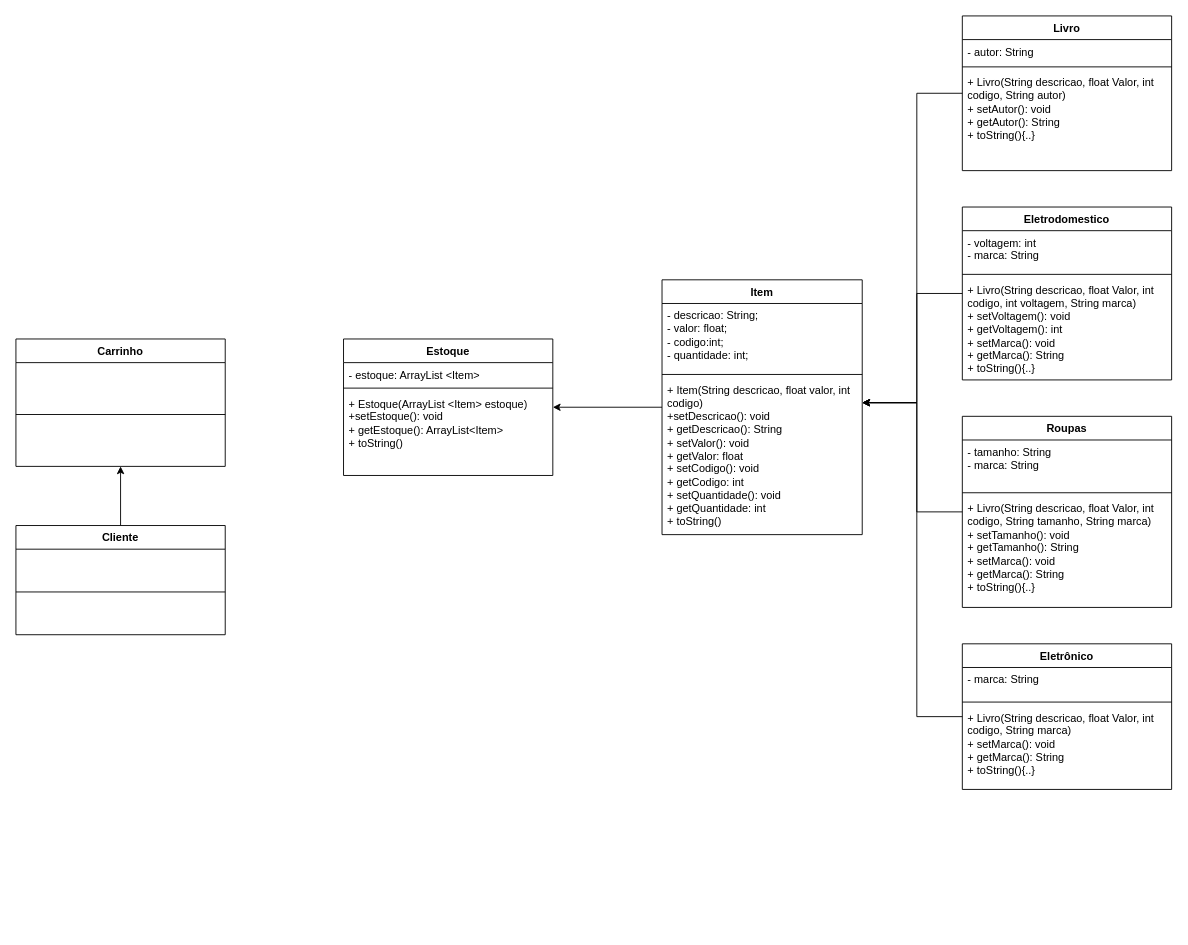
GustaSch/TrabalhoGrauB keeps this draw.io diagram as Diagrama de classe do projeto.drawio. Above is the earlier version. Source tidied: cells renumbered, new cells numbered last; positions are measured from the earlier drawing's top-left corner, leaving out a move shared by most shapes. Both pictures are drawn from the tidied source at 91%, with x=0, y=0 at pixel (15, 15).
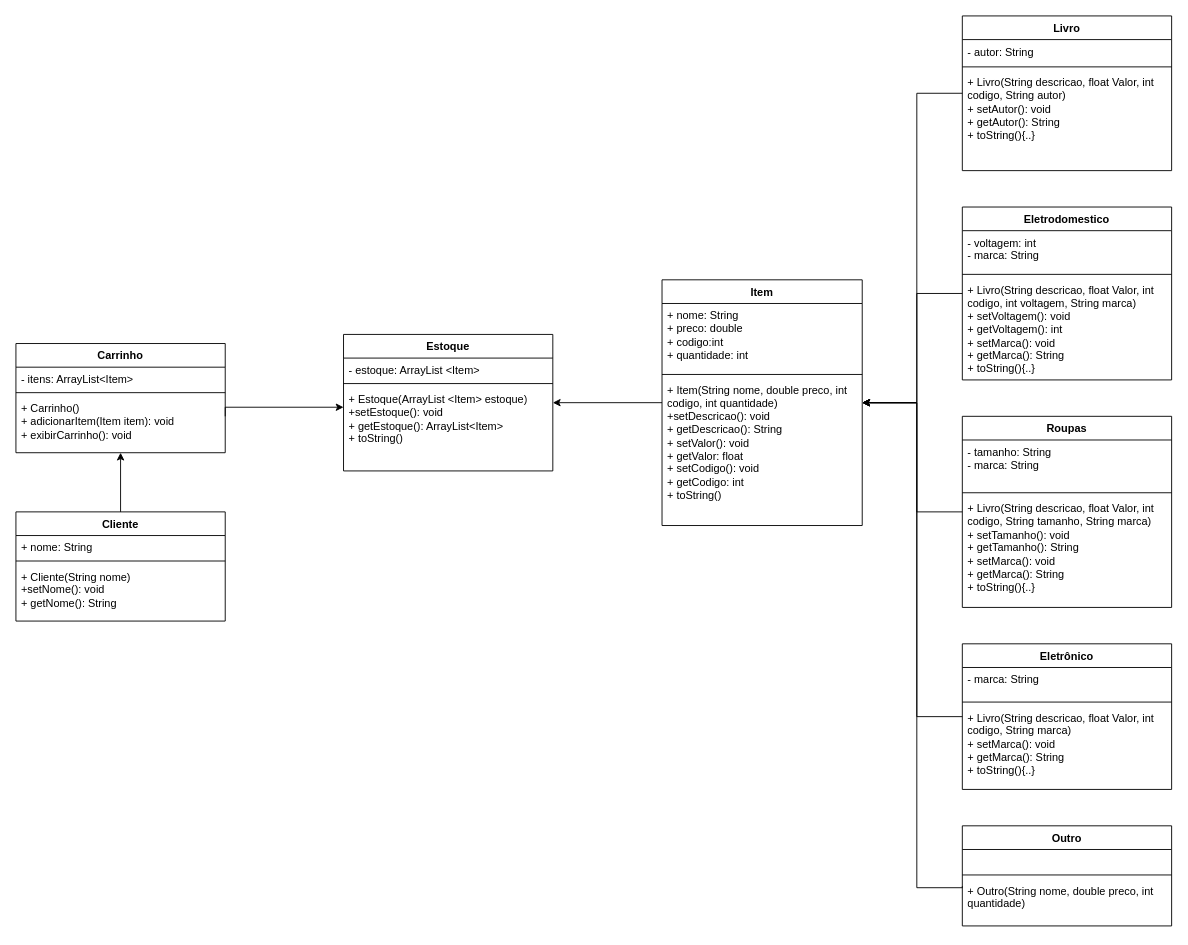
Above is the later version.

Commit message (it also covers changes not shown here):
atualizei o diagrama (eu acho)

Unchanged cells that the change refers to:
```xml
<mxCell id="23" value="Eletrônico" style="swimlane;fontStyle=1;align=center;verticalAlign=top;horizontal=1;startSize=26;whiteSpace=wrap;html=1;" parent="1" vertex="1">
  <mxGeometry x="1040" y="690" width="230" height="160" as="geometry" />
</mxCell>
```

Change to the diagram source:
```diff
@@
     <mxCell id="8" value="Item" style="swimlane;fontStyle=1;align=center;verticalAlign=top;horizontal=1;startSize=26;whiteSpace=wrap;html=1;" parent="1" vertex="1">
-      <mxGeometry x="710" y="290" width="220" height="280" as="geometry" />
+      <mxGeometry x="710" y="290" width="220" height="270" as="geometry" />
     </mxCell>
-    <mxCell id="9" value="- descricao: String;&lt;br&gt;- valor: float;&lt;br&gt;- codigo:int;&lt;br&gt;- quantidade: int;" style="text;strokeColor=none;fillColor=none;align=left;verticalAlign=top;spacingLeft=4;spacingRight=4;overflow=hidden;whiteSpace=wrap;html=1;" parent="8" vertex="1">
+    <mxCell id="9" value="+ nome: String&lt;br&gt;+ preco: double&lt;br&gt;+ codigo:int&lt;br&gt;+ quantidade: int" style="text;strokeColor=none;fillColor=none;align=left;verticalAlign=top;spacingLeft=4;spacingRight=4;overflow=hidden;whiteSpace=wrap;html=1;" parent="8" vertex="1">
       <mxGeometry y="26" width="220" height="74" as="geometry" />
     </mxCell>
@@
-    <mxCell id="11" value="+ Item(String descricao, float valor, int codigo)&lt;br&gt;+setDescricao(): void&lt;br&gt;+ getDescricao(): String&lt;br&gt;+ setValor(): void&lt;br&gt;+ getValor: float&lt;br&gt;+ setCodigo(): void&lt;br&gt;+ getCodigo: int&lt;br&gt;+ setQuantidade(): void&lt;br style=&quot;border-color: var(--border-color);&quot;&gt;+ getQuantidade: int&lt;br&gt;+ toString()" style="text;strokeColor=none;fillColor=none;align=left;verticalAlign=top;spacingLeft=4;spacingRight=4;overflow=hidden;points=[[0,0.5],[1,0.5]];portConstraint=eastwest;whiteSpace=wrap;html=1;" parent="8" vertex="1">
-      <mxGeometry y="108" width="220" height="172" as="geometry" />
+    <mxCell id="11" value="+ Item(String nome, double preco, int codigo, int quantidade)&lt;br&gt;+setDescricao(): void&lt;br&gt;+ getDescricao(): String&lt;br&gt;+ setValor(): void&lt;br&gt;+ getValor: float&lt;br&gt;+ setCodigo(): void&lt;br&gt;+ getCodigo: int&lt;br&gt;+ toString()" style="text;strokeColor=none;fillColor=none;align=left;verticalAlign=top;spacingLeft=4;spacingRight=4;overflow=hidden;points=[[0,0.5],[1,0.5]];portConstraint=eastwest;whiteSpace=wrap;html=1;" parent="8" vertex="1">
+      <mxGeometry y="108" width="220" height="162" as="geometry" />
     </mxCell>
@@
     <mxCell id="22" style="edgeStyle=orthogonalEdgeStyle;rounded=0;jettySize=auto;html=1;" parent="1" edge="1" source="23" target="8">
       <mxGeometry relative="1" as="geometry">
         <Array as="points">
+          <mxPoint x="990" y="770" />
           <mxPoint x="990" y="770" />
           <mxPoint x="990" y="425" />
         </Array>
       </mxGeometry>
     </mxCell>
@@
-    <mxCell id="27" style="edgeStyle=orthogonalEdgeStyle;rounded=0;jettySize=auto;html=1;" parent="1" edge="1" source="28" target="30">
-      <mxGeometry relative="1" as="geometry" />
-    </mxCell>
-    <mxCell id="28" value="Cliente" style="swimlane;fontStyle=1;align=center;verticalAlign=top;horizontal=1;startSize=26;whiteSpace=wrap;html=1;" parent="1" vertex="1">
-      <mxGeometry y="560" width="230" height="120" as="geometry" />
-    </mxCell>
-    <mxCell id="29" style="line;strokeWidth=1;fillColor=none;align=left;verticalAlign=middle;spacingTop=-1;spacingLeft=3;spacingRight=3;labelPosition=right;strokeColor=inherit;" parent="28" vertex="1">
-      <mxGeometry y="26" width="230" height="94" as="geometry" />
-    </mxCell>
-    <mxCell id="30" value="Carrinho" style="swimlane;fontStyle=1;align=center;verticalAlign=top;horizontal=1;startSize=26;whiteSpace=wrap;html=1;" parent="1" vertex="1">
-      <mxGeometry y="355" width="230" height="140" as="geometry" />
-    </mxCell>
-    <mxCell id="31" style="line;strokeWidth=1;fillColor=none;align=left;verticalAlign=middle;spacingTop=-1;spacingLeft=3;spacingRight=3;labelPosition=right;strokeColor=inherit;" parent="30" vertex="1">
-      <mxGeometry y="26" width="230" height="114" as="geometry" />
-    </mxCell>
+    <mxCell id="36" style="edgeStyle=orthogonalEdgeStyle;rounded=0;jettySize=auto;html=1;" parent="1" edge="1" target="32">
+      <mxGeometry relative="1" as="geometry">
+        <mxPoint x="230" y="440" as="sourcePoint" />
+        <Array as="points">
+          <mxPoint x="230" y="430" />
+        </Array>
+      </mxGeometry>
+    </mxCell>
     <mxCell id="32" value="Estoque" style="swimlane;fontStyle=1;align=center;verticalAlign=top;horizontal=1;startSize=26;whiteSpace=wrap;html=1;" parent="1" vertex="1">
-      <mxGeometry x="360" y="355" width="230" height="150" as="geometry" />
+      <mxGeometry x="360" y="350" width="230" height="150" as="geometry" />
     </mxCell>
@@
+    <mxCell id="37" style="edgeStyle=orthogonalEdgeStyle;rounded=0;jettySize=auto;html=1;entryX=0.5;entryY=1;entryDx=0;entryDy=0;entryPerimeter=0;" parent="1" edge="1" source="28" target="43">
+      <mxGeometry relative="1" as="geometry" />
+    </mxCell>
+    <mxCell id="28" value="Cliente" style="swimlane;fontStyle=1;align=center;verticalAlign=top;horizontal=1;startSize=26;whiteSpace=wrap;html=1;" parent="1" vertex="1">
+      <mxGeometry y="545" width="230" height="120" as="geometry" />
+    </mxCell>
+    <mxCell id="38" value="+ nome: String" style="text;strokeColor=none;fillColor=none;align=left;verticalAlign=top;spacingLeft=4;spacingRight=4;overflow=hidden;whiteSpace=wrap;html=1;" parent="28" vertex="1">
+      <mxGeometry y="26" width="230" height="24" as="geometry" />
+    </mxCell>
+    <mxCell id="39" style="line;strokeWidth=1;fillColor=none;align=left;verticalAlign=middle;spacingTop=-1;spacingLeft=3;spacingRight=3;labelPosition=right;strokeColor=inherit;" parent="28" vertex="1">
+      <mxGeometry y="50" width="230" height="8" as="geometry" />
+    </mxCell>
+    <mxCell id="40" value="+ Cliente(String nome)&lt;br&gt;+setNome(): void&lt;br&gt;+ getNome(): String" style="text;strokeColor=none;fillColor=none;align=left;verticalAlign=top;spacingLeft=4;spacingRight=4;overflow=hidden;whiteSpace=wrap;html=1;" parent="28" vertex="1">
+      <mxGeometry y="58" width="230" height="62" as="geometry" />
+    </mxCell>
+    <mxCell id="30" value="Carrinho" style="swimlane;fontStyle=1;align=center;verticalAlign=top;horizontal=1;startSize=26;whiteSpace=wrap;html=1;" parent="1" vertex="1">
+      <mxGeometry y="360" width="230" height="120" as="geometry" />
+    </mxCell>
+    <mxCell id="41" value="- itens: ArrayList&amp;lt;Item&amp;gt;" style="text;strokeColor=none;fillColor=none;align=left;verticalAlign=top;spacingLeft=4;spacingRight=4;overflow=hidden;whiteSpace=wrap;html=1;" parent="30" vertex="1">
+      <mxGeometry y="26" width="230" height="24" as="geometry" />
+    </mxCell>
+    <mxCell id="42" style="line;strokeWidth=1;fillColor=none;align=left;verticalAlign=middle;spacingTop=-1;spacingLeft=3;spacingRight=3;labelPosition=right;strokeColor=inherit;" parent="30" vertex="1">
+      <mxGeometry y="50" width="230" height="8" as="geometry" />
+    </mxCell>
+    <mxCell id="43" value="+ Carrinho()&lt;br&gt;+ adicionarItem(Item item): void&lt;br&gt;+ exibirCarrinho&lt;span style=&quot;background-color: initial;&quot;&gt;(): void&lt;/span&gt;&lt;div style=&quot;background-color:#2f2f2f;padding:0px 0px 0px 2px;&quot;&gt;&lt;div style=&quot;color: rgb(170, 170, 170); font-family: Consolas; font-size: 12pt;&quot;&gt;&lt;p style=&quot;background-color:#373737;margin:0;&quot;&gt;&lt;span style=&quot;color:#d9e8f7;&quot;&gt;&lt;/span&gt;&lt;/p&gt;&lt;/div&gt;&lt;/div&gt;" style="text;strokeColor=none;fillColor=none;align=left;verticalAlign=top;spacingLeft=4;spacingRight=4;overflow=hidden;points=[[0,0.5],[1,0.5]];portConstraint=eastwest;whiteSpace=wrap;html=1;" parent="30" vertex="1">
+      <mxGeometry y="58" width="230" height="62" as="geometry" />
+    </mxCell>
+    <mxCell id="44" value="Outro" style="swimlane;fontStyle=1;align=center;verticalAlign=top;horizontal=1;startSize=26;whiteSpace=wrap;html=1;" parent="1" vertex="1">
+      <mxGeometry x="1040" y="890" width="230" height="110" as="geometry" />
+    </mxCell>
+    <mxCell id="45" value="&amp;nbsp;" style="text;strokeColor=none;fillColor=none;align=left;verticalAlign=top;spacingLeft=4;spacingRight=4;overflow=hidden;whiteSpace=wrap;html=1;" parent="44" vertex="1">
+      <mxGeometry y="26" width="230" height="24" as="geometry" />
+    </mxCell>
+    <mxCell id="46" style="line;strokeWidth=1;fillColor=none;align=left;verticalAlign=middle;spacingTop=-1;spacingLeft=3;spacingRight=3;labelPosition=right;strokeColor=inherit;" parent="44" vertex="1">
+      <mxGeometry y="50" width="230" height="8" as="geometry" />
+    </mxCell>
+    <mxCell id="47" value="+ Outro(String nome, double preco, int quantidade)" style="text;strokeColor=none;fillColor=none;align=left;verticalAlign=top;spacingLeft=4;spacingRight=4;overflow=hidden;points=[[0,0.5],[1,0.5]];portConstraint=eastwest;whiteSpace=wrap;html=1;" parent="44" vertex="1">
+      <mxGeometry y="58" width="230" height="52" as="geometry" />
+    </mxCell>
+    <mxCell id="48" style="edgeStyle=orthogonalEdgeStyle;rounded=0;jettySize=auto;html=1;exitX=0;exitY=0.161;exitDx=0;exitDy=0;exitPerimeter=0;entryX=1;entryY=0.167;entryDx=0;entryDy=0;entryPerimeter=0;" parent="1" edge="1" source="47" target="11">
+      <mxGeometry relative="1" as="geometry">
+        <Array as="points">
+          <mxPoint x="990" y="958" />
+          <mxPoint x="990" y="425" />
+        </Array>
+      </mxGeometry>
+    </mxCell>
```
